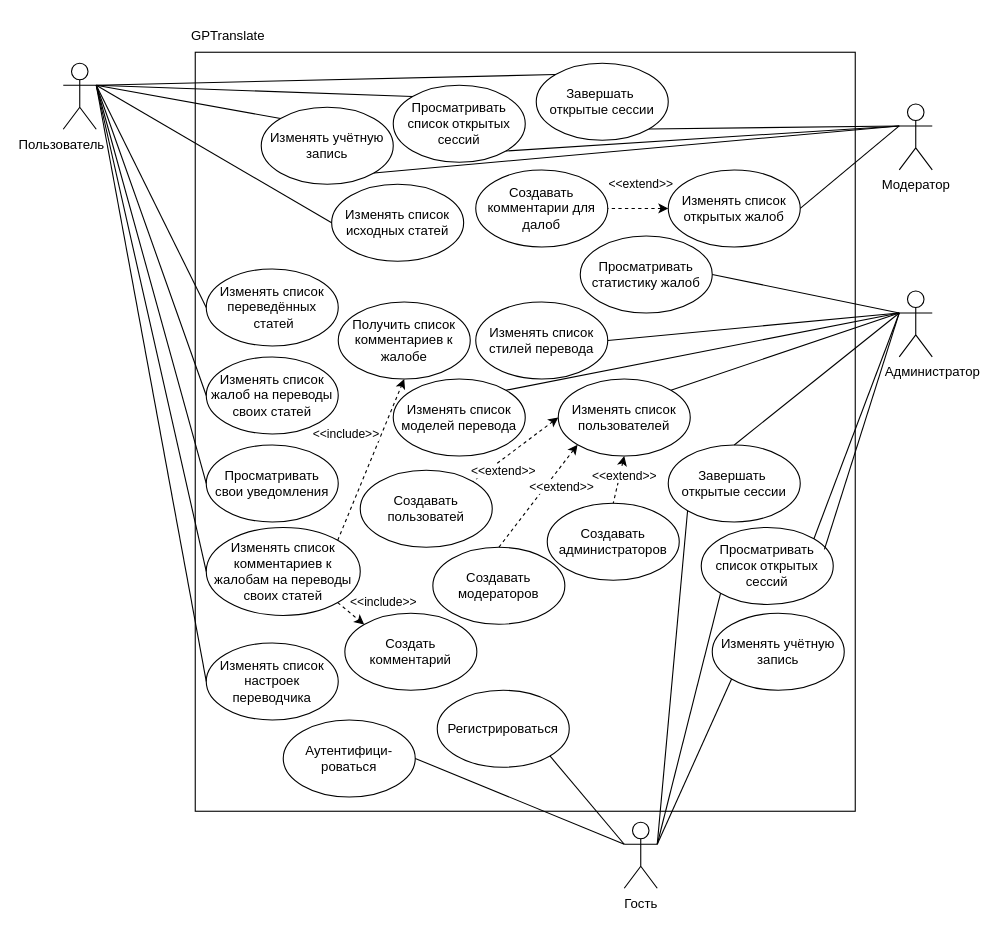
Above: _curse/docs/use-case.drawio in XoJIoDuJIHuK/7-term (draw.io), before the change. Source tidied: cells renumbered, new cells numbered last; positions are measured from the earlier drawing's top-left corner, leaving out a move shared by most shapes. Both pictures are drawn from the tidied source at 110%, with x=0, y=0 at pixel (63, 19).
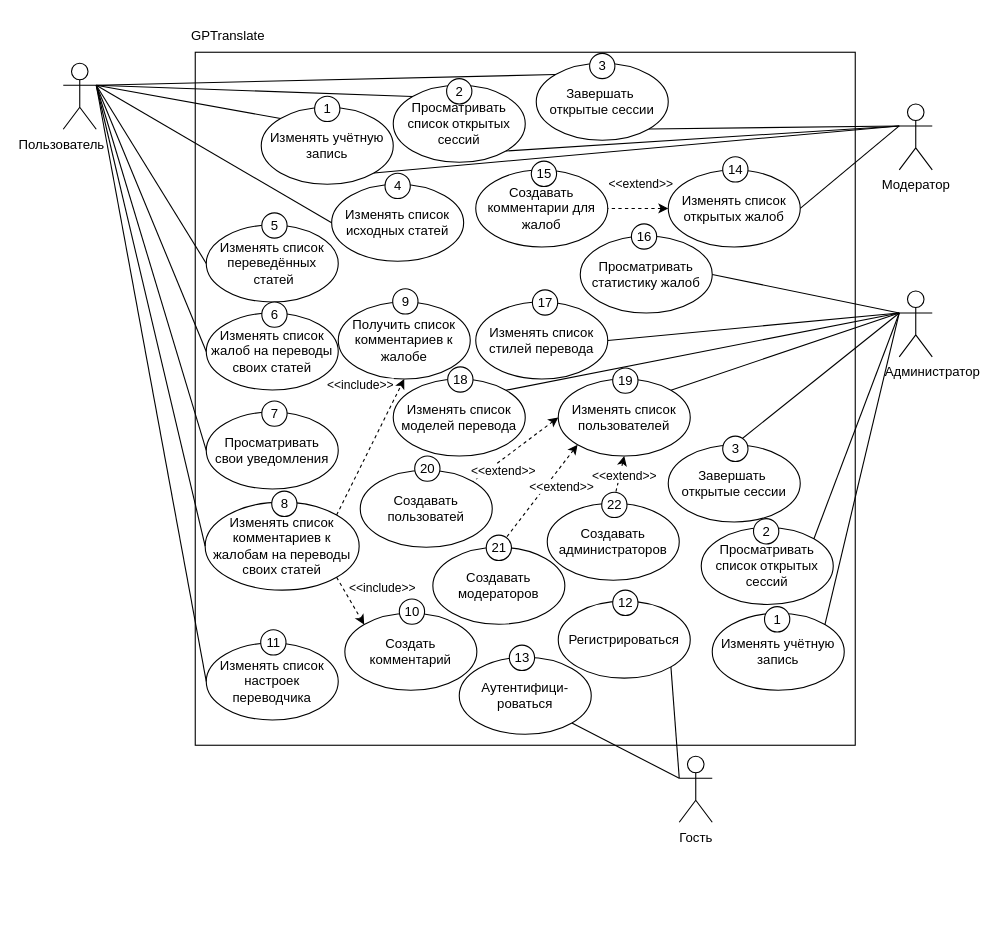
After the change.

Unchanged cells that the change refers to:
```xml
<mxCell id="12" value="&amp;nbsp; &amp;nbsp; &amp;nbsp; &amp;nbsp; &amp;nbsp;Администратор" style="shape=umlActor;verticalLabelPosition=bottom;verticalAlign=top;html=1;outlineConnect=0;" parent="1" vertex="1">
  <mxGeometry x="760" y="247" width="30" height="60" as="geometry" />
</mxCell>
<mxCell id="47" style="rounded=0;jettySize=auto;html=1;exitX=1;exitY=0;exitDx=0;exitDy=0;entryX=0.5;entryY=1;entryDx=0;entryDy=0;dashed=1;" parent="1" edge="1" source="8" target="9">
  <mxGeometry relative="1" as="geometry" />
</mxCell>
<mxCell id="61" value="Завершать&amp;nbsp;&lt;div&gt;открытые сессии&lt;/div&gt;" style="ellipse;whiteSpace=wrap;html=1;" parent="1" vertex="1">
  <mxGeometry x="550" y="387" width="120" height="70" as="geometry" />
</mxCell>
<mxCell id="62" value="Просматривать&lt;div&gt;список открытых&lt;/div&gt;&lt;div&gt;сессий&lt;/div&gt;" style="ellipse;whiteSpace=wrap;html=1;" parent="1" vertex="1">
  <mxGeometry x="580" y="462" width="120" height="70" as="geometry" />
</mxCell>
<mxCell id="63" value="Изменять учётную запись" style="ellipse;whiteSpace=wrap;html=1;" parent="1" vertex="1">
  <mxGeometry x="590" y="540" width="120" height="70" as="geometry" />
</mxCell>
```

The edit, as a diff of the source:
```diff
@@
     <mxCell id="2" style="rounded=0;whiteSpace=wrap;html=1;" parent="1" vertex="1">
-      <mxGeometry x="120" y="30" width="600" height="690" as="geometry" />
+      <mxGeometry x="120" y="30" width="600" height="630" as="geometry" />
     </mxCell>
@@
     <mxCell id="5" value="Изменять список переведённых&lt;div&gt;&amp;nbsp;статей&lt;/div&gt;" style="ellipse;whiteSpace=wrap;html=1;" parent="1" vertex="1">
-      <mxGeometry x="130" y="227" width="120" height="70" as="geometry" />
+      <mxGeometry x="130" y="187" width="120" height="70" as="geometry" />
     </mxCell>
     <mxCell id="6" value="Изменять список жалоб на переводы&lt;div&gt;своих статей&lt;/div&gt;" style="ellipse;whiteSpace=wrap;html=1;" parent="1" vertex="1">
-      <mxGeometry x="130" y="307" width="120" height="70" as="geometry" />
+      <mxGeometry x="130" y="267" width="120" height="70" as="geometry" />
     </mxCell>
     <mxCell id="7" value="Просматривать&lt;div&gt;свои уведомления&lt;/div&gt;" style="ellipse;whiteSpace=wrap;html=1;" parent="1" vertex="1">
-      <mxGeometry x="130" y="387" width="120" height="70" as="geometry" />
+      <mxGeometry x="130" y="357" width="120" height="70" as="geometry" />
     </mxCell>
     <mxCell id="8" value="Изменять список комментариев к жалобам на переводы своих статей" style="ellipse;whiteSpace=wrap;html=1;" parent="1" vertex="1">
-      <mxGeometry x="130" y="462" width="140" height="80" as="geometry" />
+      <mxGeometry x="129" y="439" width="140" height="80" as="geometry" />
     </mxCell>
@@
-    <mxCell id="22" value="Создавать комментарии для далоб" style="ellipse;whiteSpace=wrap;html=1;" parent="1" vertex="1">
+    <mxCell id="22" value="Создавать комментарии для жалоб" style="ellipse;whiteSpace=wrap;html=1;" parent="1" vertex="1">
       <mxGeometry x="375" y="137" width="120" height="70" as="geometry" />
     </mxCell>
@@
     <mxCell id="26" value="Гость" style="shape=umlActor;verticalLabelPosition=bottom;verticalAlign=top;html=1;outlineConnect=0;" parent="1" vertex="1">
-      <mxGeometry x="510" y="730" width="30" height="60" as="geometry" />
+      <mxGeometry x="560" y="670" width="30" height="60" as="geometry" />
     </mxCell>
     <mxCell id="27" value="Регистрироваться" style="ellipse;whiteSpace=wrap;html=1;" parent="1" vertex="1">
-      <mxGeometry x="340" y="610" width="120" height="70" as="geometry" />
+      <mxGeometry x="450" y="529" width="120" height="70" as="geometry" />
     </mxCell>
@@
     <mxCell id="48" value="&amp;lt;&amp;lt;include&amp;gt;&amp;gt;" style="edgeLabel;html=1;align=center;verticalAlign=middle;" parent="47" vertex="1">
       <mxGeometry x="-0.16" y="1" relative="1" as="geometry">
-        <mxPoint x="-18" y="-35" as="offset" />
+        <mxPoint x="-4" y="-66" as="offset" />
       </mxGeometry>
     </mxCell>
@@
     <mxCell id="53" value="Аутентифици-&lt;div&gt;роваться&lt;/div&gt;" style="ellipse;whiteSpace=wrap;html=1;" parent="1" vertex="1">
-      <mxGeometry x="200" y="637" width="120" height="70" as="geometry" />
+      <mxGeometry x="360" y="580" width="120" height="70" as="geometry" />
     </mxCell>
-    <mxCell id="54" style="rounded=0;jettySize=auto;html=1;exitX=1;exitY=0.5;exitDx=0;exitDy=0;entryX=0;entryY=0.3333333333333333;entryDx=0;entryDy=0;startArrow=none;startFill=0;endArrow=none;endFill=0;entryPerimeter=0;" parent="1" edge="1" source="53" target="26">
+    <mxCell id="54" style="rounded=0;jettySize=auto;html=1;exitX=1;exitY=1;exitDx=0;exitDy=0;entryX=0;entryY=0.3333333333333333;entryDx=0;entryDy=0;startArrow=none;startFill=0;endArrow=none;endFill=0;entryPerimeter=0;" parent="1" edge="1" source="53" target="26">
       <mxGeometry relative="1" as="geometry" />
     </mxCell>
@@
-    <mxCell id="64" style="rounded=0;jettySize=auto;html=1;exitX=0;exitY=1;exitDx=0;exitDy=0;entryX=1;entryY=0.3333333333333333;entryDx=0;entryDy=0;startArrow=none;startFill=0;endArrow=none;endFill=0;entryPerimeter=0;" parent="1" edge="1" source="61" target="26">
-      <mxGeometry relative="1" as="geometry" />
-    </mxCell>
-    <mxCell id="65" style="rounded=0;jettySize=auto;html=1;exitX=0;exitY=1;exitDx=0;exitDy=0;entryX=1;entryY=0.3333333333333333;entryDx=0;entryDy=0;startArrow=none;startFill=0;endArrow=none;endFill=0;entryPerimeter=0;" parent="1" edge="1" source="62" target="26">
-      <mxGeometry relative="1" as="geometry" />
-    </mxCell>
-    <mxCell id="66" style="rounded=0;jettySize=auto;html=1;exitX=0;exitY=1;exitDx=0;exitDy=0;entryX=1;entryY=0.3333333333333333;entryDx=0;entryDy=0;startArrow=none;startFill=0;endArrow=none;endFill=0;entryPerimeter=0;" parent="1" edge="1" source="63" target="26">
-      <mxGeometry relative="1" as="geometry" />
-    </mxCell>
@@
-    <mxCell id="69" style="rounded=0;jettySize=auto;html=1;exitX=0;exitY=0.3333333333333333;exitDx=0;exitDy=0;exitPerimeter=0;entryX=1;entryY=0;entryDx=0;entryDy=0;startArrow=none;startFill=0;endArrow=none;endFill=0;" parent="1" edge="1" source="12">
-      <mxGeometry relative="1" as="geometry">
-        <mxPoint x="692" y="482" as="targetPoint" />
-      </mxGeometry>
+    <mxCell id="69" style="rounded=0;jettySize=auto;html=1;exitX=0;exitY=0.3333333333333333;exitDx=0;exitDy=0;exitPerimeter=0;entryX=1;entryY=0;entryDx=0;entryDy=0;startArrow=none;startFill=0;endArrow=none;endFill=0;" parent="1" edge="1" source="12" target="63">
+      <mxGeometry relative="1" as="geometry" />
     </mxCell>
+    <mxCell id="70" value="1" style="ellipse;whiteSpace=wrap;html=1;" parent="1" vertex="1">
+      <mxGeometry x="228.5" y="70" width="23" height="23" as="geometry" />
+    </mxCell>
+    <mxCell id="71" value="2" style="ellipse;whiteSpace=wrap;html=1;" parent="1" vertex="1">
+      <mxGeometry x="348.5" y="54" width="23" height="23" as="geometry" />
+    </mxCell>
+    <mxCell id="72" value="3" style="ellipse;whiteSpace=wrap;html=1;" parent="1" vertex="1">
+      <mxGeometry x="478.5" y="31" width="23" height="23" as="geometry" />
+    </mxCell>
+    <mxCell id="73" value="4" style="ellipse;whiteSpace=wrap;html=1;" parent="1" vertex="1">
+      <mxGeometry x="292.5" y="140" width="23" height="23" as="geometry" />
+    </mxCell>
+    <mxCell id="74" value="5" style="ellipse;whiteSpace=wrap;html=1;" parent="1" vertex="1">
+      <mxGeometry x="180.5" y="176" width="23" height="23" as="geometry" />
+    </mxCell>
+    <mxCell id="75" value="6" style="ellipse;whiteSpace=wrap;html=1;" parent="1" vertex="1">
+      <mxGeometry x="180.5" y="257" width="23" height="23" as="geometry" />
+    </mxCell>
+    <mxCell id="76" value="7" style="ellipse;whiteSpace=wrap;html=1;" parent="1" vertex="1">
+      <mxGeometry x="180.5" y="347" width="23" height="23" as="geometry" />
+    </mxCell>
+    <mxCell id="77" value="8" style="ellipse;whiteSpace=wrap;html=1;" parent="1" vertex="1">
+      <mxGeometry x="189.5" y="429" width="23" height="23" as="geometry" />
+    </mxCell>
+    <mxCell id="78" value="11" style="ellipse;whiteSpace=wrap;html=1;" parent="1" vertex="1">
+      <mxGeometry x="179.5" y="555" width="23" height="23" as="geometry" />
+    </mxCell>
+    <mxCell id="79" value="9" style="ellipse;whiteSpace=wrap;html=1;" parent="1" vertex="1">
+      <mxGeometry x="299.5" y="245" width="23" height="23" as="geometry" />
+    </mxCell>
+    <mxCell id="80" value="10" style="ellipse;whiteSpace=wrap;html=1;" parent="1" vertex="1">
+      <mxGeometry x="305.5" y="527" width="23" height="23" as="geometry" />
+    </mxCell>
+    <mxCell id="81" value="13" style="ellipse;whiteSpace=wrap;html=1;" parent="1" vertex="1">
+      <mxGeometry x="405.5" y="569" width="23" height="23" as="geometry" />
+    </mxCell>
+    <mxCell id="82" value="12" style="ellipse;whiteSpace=wrap;html=1;" parent="1" vertex="1">
+      <mxGeometry x="499.5" y="519" width="23" height="23" as="geometry" />
+    </mxCell>
+    <mxCell id="83" value="3" style="ellipse;whiteSpace=wrap;html=1;" parent="1" vertex="1">
+      <mxGeometry x="599.5" y="379" width="23" height="23" as="geometry" />
+    </mxCell>
+    <mxCell id="84" value="2" style="ellipse;whiteSpace=wrap;html=1;" parent="1" vertex="1">
+      <mxGeometry x="627.5" y="454" width="23" height="23" as="geometry" />
+    </mxCell>
+    <mxCell id="85" value="1" style="ellipse;whiteSpace=wrap;html=1;" parent="1" vertex="1">
+      <mxGeometry x="637.5" y="534" width="23" height="23" as="geometry" />
+    </mxCell>
+    <mxCell id="86" value="14" style="ellipse;whiteSpace=wrap;html=1;" parent="1" vertex="1">
+      <mxGeometry x="599.5" y="125" width="23" height="23" as="geometry" />
+    </mxCell>
+    <mxCell id="87" value="15" style="ellipse;whiteSpace=wrap;html=1;" parent="1" vertex="1">
+      <mxGeometry x="425.5" y="129" width="23" height="23" as="geometry" />
+    </mxCell>
+    <mxCell id="88" value="16" style="ellipse;whiteSpace=wrap;html=1;" parent="1" vertex="1">
+      <mxGeometry x="516.5" y="186" width="23" height="23" as="geometry" />
+    </mxCell>
+    <mxCell id="89" value="17" style="ellipse;whiteSpace=wrap;html=1;" parent="1" vertex="1">
+      <mxGeometry x="426.5" y="246" width="23" height="23" as="geometry" />
+    </mxCell>
+    <mxCell id="90" value="18" style="ellipse;whiteSpace=wrap;html=1;" parent="1" vertex="1">
+      <mxGeometry x="349.5" y="316" width="23" height="23" as="geometry" />
+    </mxCell>
+    <mxCell id="91" value="19" style="ellipse;whiteSpace=wrap;html=1;" parent="1" vertex="1">
+      <mxGeometry x="499.5" y="317" width="23" height="23" as="geometry" />
+    </mxCell>
+    <mxCell id="92" value="20" style="ellipse;whiteSpace=wrap;html=1;" parent="1" vertex="1">
+      <mxGeometry x="319.5" y="397" width="23" height="23" as="geometry" />
+    </mxCell>
+    <mxCell id="93" value="21" style="ellipse;whiteSpace=wrap;html=1;" parent="1" vertex="1">
+      <mxGeometry x="384.5" y="469" width="23" height="23" as="geometry" />
+    </mxCell>
+    <mxCell id="94" value="22" style="ellipse;whiteSpace=wrap;html=1;" parent="1" vertex="1">
+      <mxGeometry x="489.5" y="430" width="23" height="23" as="geometry" />
+    </mxCell>
```
